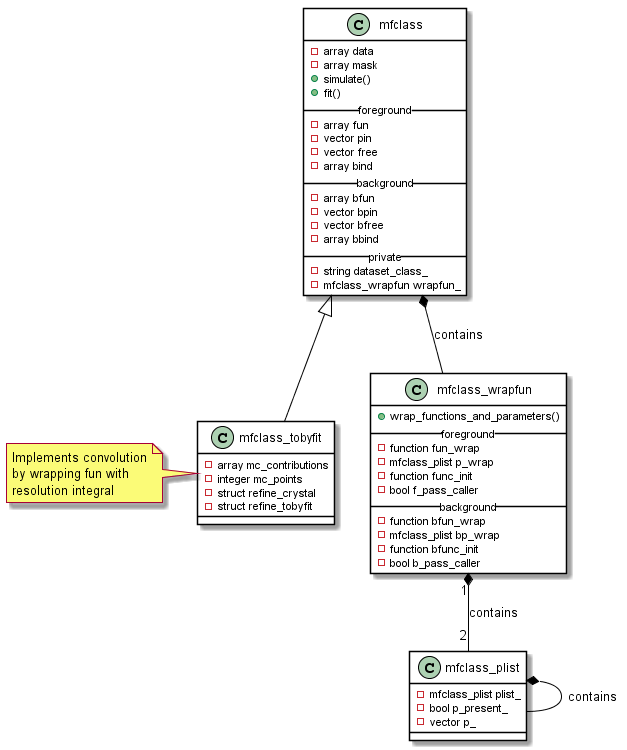
pace-neutrons/pace-developers keeps this PlantUML diagram as resolution/design/images/mfclass_diagram.png. Above is the earlier version.
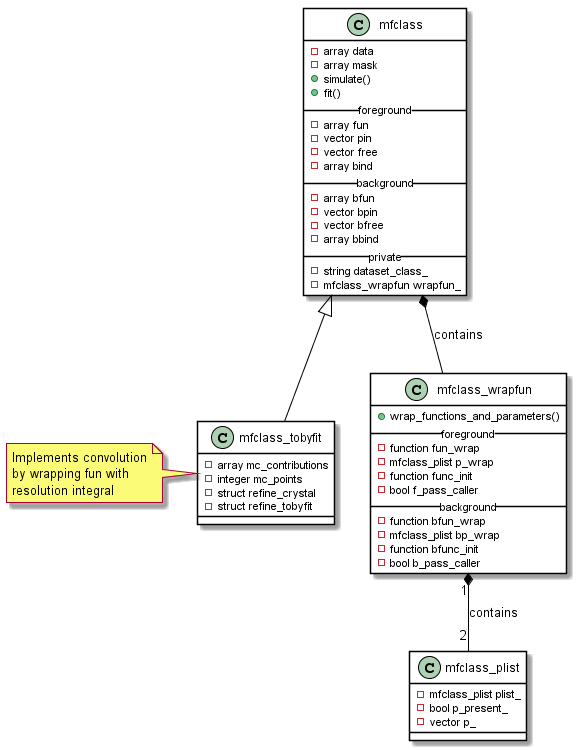
After the change.

What changed in the source:
```diff
@@ -56,7 +56,7 @@
 mfclass <|-- mfclass_tobyfit
 mfclass *-- mfclass_wrapfun : contains
 mfclass_wrapfun "1" *-- "2" mfclass_plist : contains
-mfclass_plist *-- mfclass_plist : contains
+
 
 note left of mfclass_tobyfit: Implements convolution\nby wrapping fun with\nresolution integral
 @enduml
```
